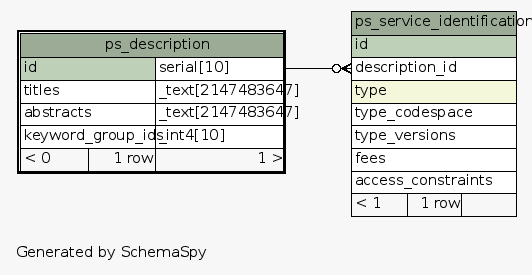
kalxas/rasdaman keeps this Graphviz diagram as manuals_and_examples/manuals/doc-petascope/dbschema/schema/diagrams/ps_description.1degree.png. Above is the earlier version. Its source is kept beside it as manuals_and_examples/manuals/doc-petascope/dbschema/schema/diagrams/ps_description.1degree.dot.
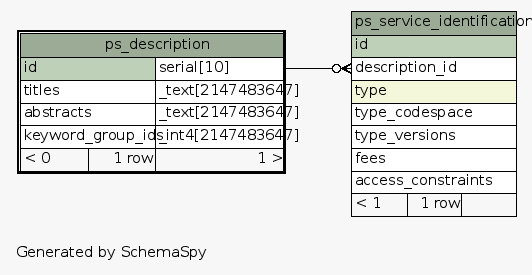
After the commit.

Change to the diagram source:
```diff
@@ -25,7 +25,7 @@
       <TR><TD PORT="id" COLSPAN="2" BGCOLOR="#bed1b8" ALIGN="LEFT">id</TD><TD PORT="id.type" ALIGN="LEFT">serial[10]</TD></TR>
       <TR><TD PORT="titles" COLSPAN="2" ALIGN="LEFT">titles</TD><TD PORT="titles.type" ALIGN="LEFT">_text[2147483647]</TD></TR>
       <TR><TD PORT="abstracts" COLSPAN="2" ALIGN="LEFT">abstracts</TD><TD PORT="abstracts.type" ALIGN="LEFT">_text[2147483647]</TD></TR>
-      <TR><TD PORT="keyword_group_ids" COLSPAN="2" ALIGN="LEFT">keyword_group_ids</TD><TD PORT="keyword_group_ids.type" ALIGN="LEFT">_int4[10]</TD></TR>
+      <TR><TD PORT="keyword_group_ids" COLSPAN="2" ALIGN="LEFT">keyword_group_ids</TD><TD PORT="keyword_group_ids.type" ALIGN="LEFT">_int4[2147483647]</TD></TR>
       <TR><TD ALIGN="LEFT" BGCOLOR="#f7f7f7">&lt; 0</TD><TD ALIGN="RIGHT" BGCOLOR="#f7f7f7">1 row</TD><TD ALIGN="RIGHT" BGCOLOR="#f7f7f7">1 &gt;</TD></TR>
     </TABLE>>
     URL="ps_description.html"
```
